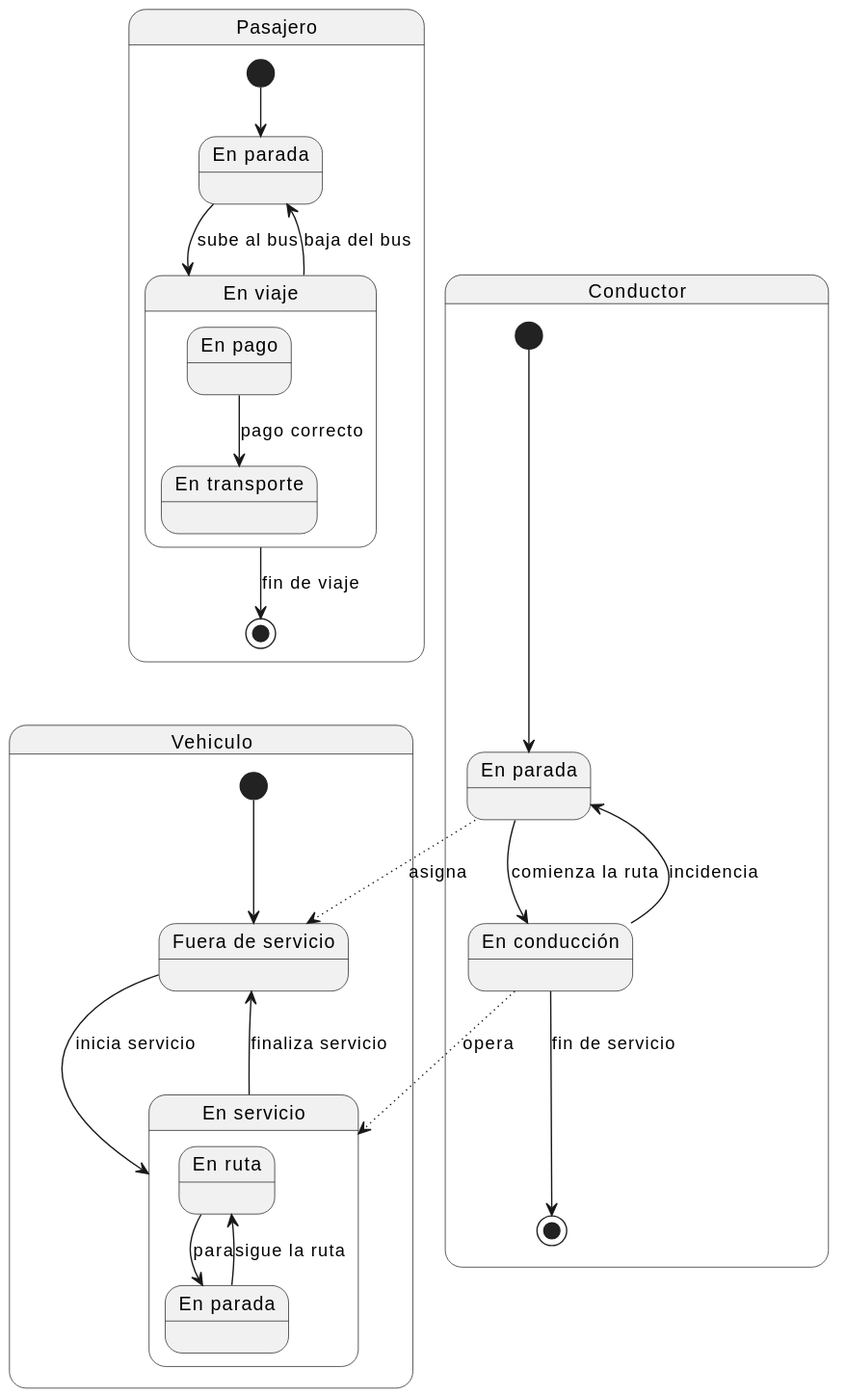
Earlier version of the PlantUML export images/diagramaEstadosMejorado.svg (Ingenieria-Informatica-UNEATLANTICO/app-actividad-post-parcial-ceesargaarcia).
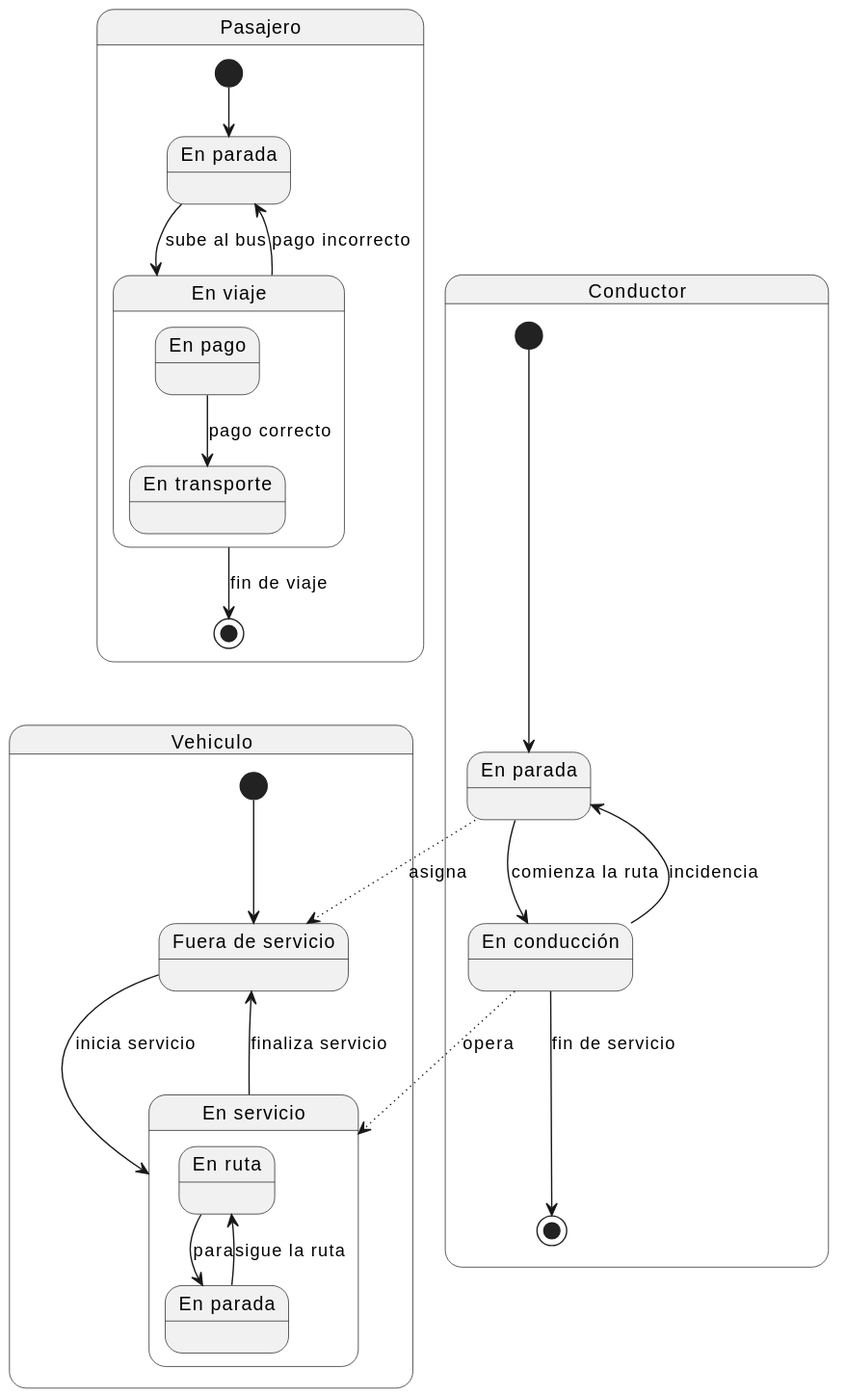
The same file after the commit.

Commit message:
diagramas simplificados

Diff of the diagram source:
```diff
@@ -30,7 +30,7 @@
     }
     [*] --> pasajeroEnParada
     pasajeroEnParada --> enViaje : sube al bus
-    enViaje --> pasajeroEnParada : baja del bus
+    enViaje --> pasajeroEnParada : pago incorrecto
     enViaje --> [*] : fin de viaje
 }
 
```
